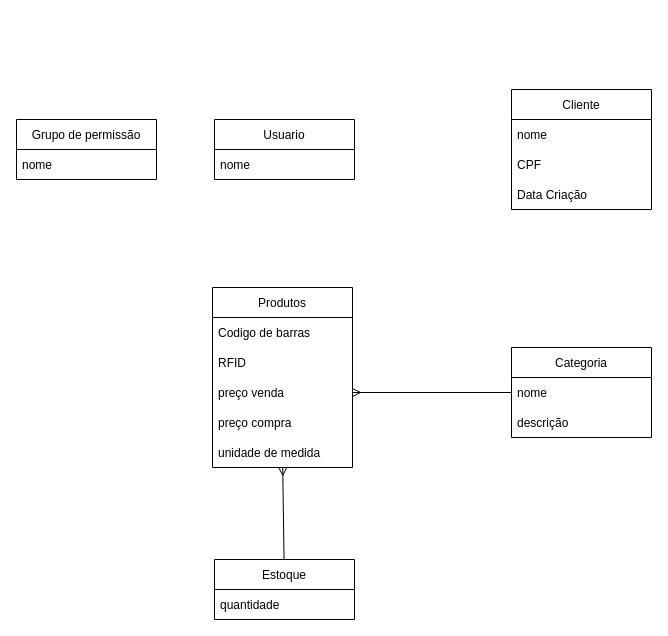
Above: page "Class-Diagram" (1 of 2) of doc/class.drawio in SavioAraujoPagung/les (draw.io), before the change. Source tidied: cells renumbered, new cells numbered last; positions are measured from the earlier drawing's top-left corner, leaving out a move shared by most shapes. Both pictures are drawn from the tidied source at 100%, with x=0, y=0 at pixel (16, 89).
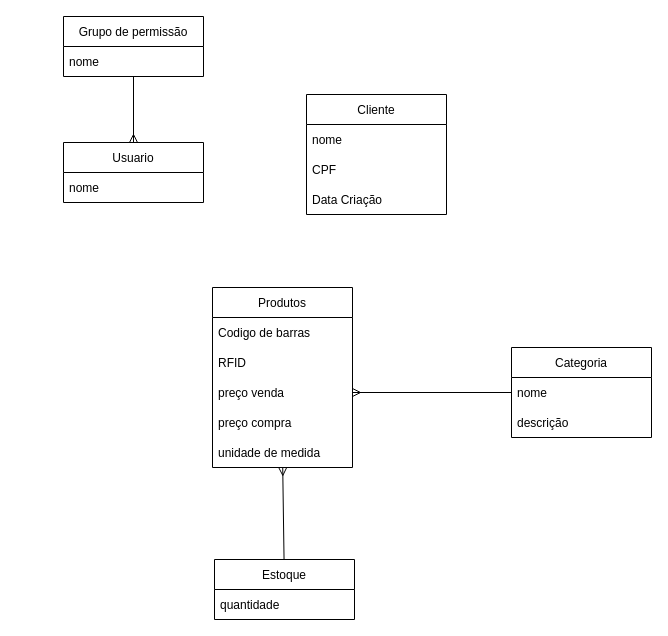
The same page after the edit.

Diff of the diagram source:
```diff
@@
     <mxCell id="2" value="Cliente" style="swimlane;fontStyle=0;horizontal=1;startSize=30;" parent="1" vertex="1">
-      <mxGeometry x="495" width="140" height="120" as="geometry" />
+      <mxGeometry x="290" y="5" width="140" height="120" as="geometry" />
     </mxCell>
@@
+    <mxCell id="23" style="edgeStyle=none;html=1;endArrow=ERmany;endFill=0;" parent="1" edge="1" source="6" target="8">
+      <mxGeometry relative="1" as="geometry" />
+    </mxCell>
     <mxCell id="6" value="Grupo de permissão" style="swimlane;fontStyle=0;horizontal=1;startSize=30;" parent="1" vertex="1">
-      <mxGeometry y="30" width="140" height="60" as="geometry" />
+      <mxGeometry x="47" y="-73" width="140" height="60" as="geometry" />
     </mxCell>
@@
     <mxCell id="8" value="Usuario" style="swimlane;fontStyle=0;horizontal=1;startSize=30;" parent="1" vertex="1">
-      <mxGeometry x="198" y="30" width="140" height="60" as="geometry" />
+      <mxGeometry x="47" y="53" width="140" height="60" as="geometry" />
     </mxCell>
```
